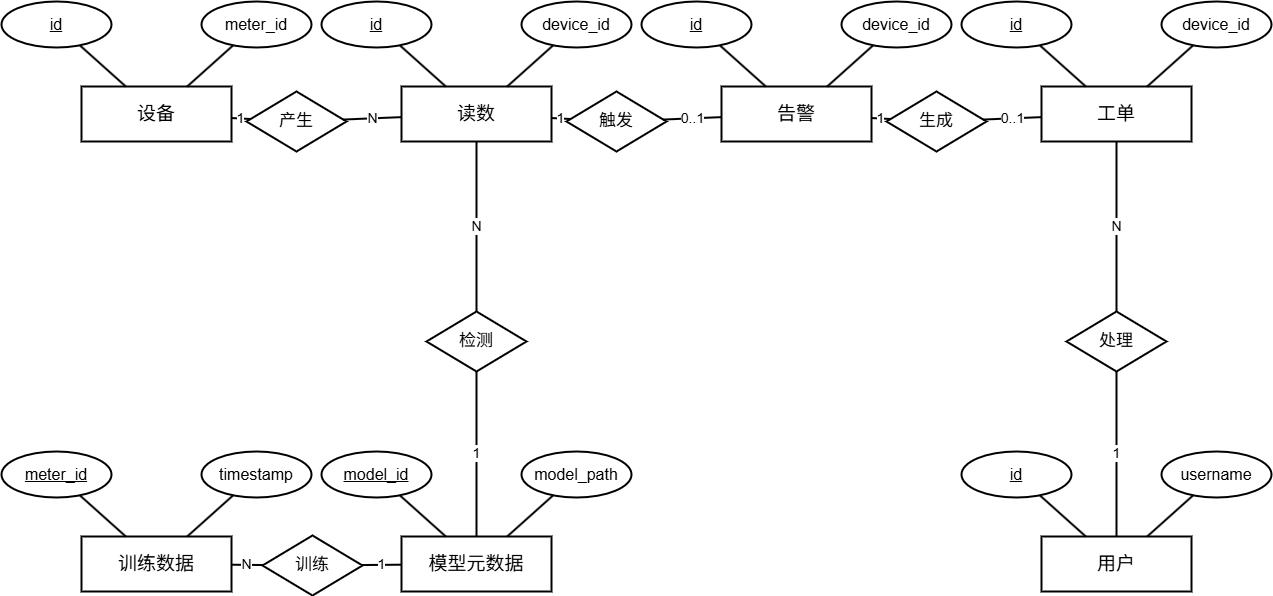
Above: pictures_drawio/系统总体E-R图.drawio.png in solisW/my_thesis_system (draw.io), before the change. Source tidied: cells renumbered, new cells last; positions are measured from the earlier drawing's top-left corner, leaving out a move shared by most shapes.
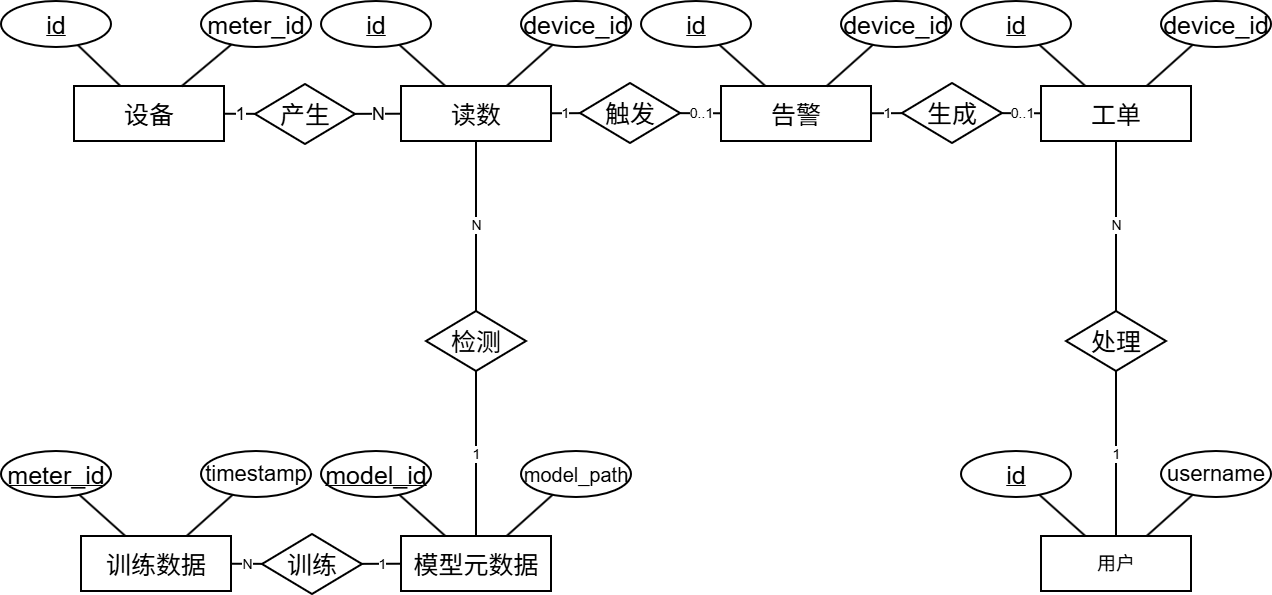
Later version of the same file.

The edit, as a diff of the source:
```diff
@@ -5,119 +5,119 @@
     <mxCell id="2" value="用户" style="rounded=0;whiteSpace=wrap;html=1;fillColor=#ffffff;strokeColor=#000000;strokeWidth=2;fontSize=19;" parent="1" vertex="1">
       <mxGeometry x="1040" y="535" width="150" height="55" as="geometry" />
     </mxCell>
-    <mxCell id="3" value="&lt;u&gt;id&lt;/u&gt;" style="ellipse;whiteSpace=wrap;html=1;fillColor=#ffffff;strokeColor=#000000;strokeWidth=2;fontSize=16;" parent="1" vertex="1">
+    <mxCell id="3" value="&lt;u&gt;&lt;font style=&quot;font-size: 25px;&quot;&gt;id&lt;/font&gt;&lt;/u&gt;" style="ellipse;whiteSpace=wrap;html=1;fillColor=#ffffff;strokeColor=#000000;strokeWidth=2;fontSize=16;" parent="1" vertex="1">
       <mxGeometry x="960" y="450" width="110" height="46" as="geometry" />
     </mxCell>
     <mxCell id="4" style="endArrow=none;html=1;rounded=0;strokeWidth=2;fontSize=14;" parent="1" edge="1" source="2" target="3">
       <mxGeometry relative="1" as="geometry" />
     </mxCell>
-    <mxCell id="5" value="username" style="ellipse;whiteSpace=wrap;html=1;fillColor=#ffffff;strokeColor=#000000;strokeWidth=2;fontSize=16;" parent="1" vertex="1">
+    <mxCell id="5" value="&lt;font style=&quot;font-size: 22px;&quot;&gt;username&lt;/font&gt;" style="ellipse;whiteSpace=wrap;html=1;fillColor=#ffffff;strokeColor=#000000;strokeWidth=2;fontSize=16;" parent="1" vertex="1">
       <mxGeometry x="1160" y="450" width="110" height="46" as="geometry" />
     </mxCell>
     <mxCell id="6" style="endArrow=none;html=1;rounded=0;strokeWidth=2;fontSize=14;" parent="1" edge="1" source="2" target="5">
       <mxGeometry relative="1" as="geometry" />
     </mxCell>
-    <mxCell id="7" value="设备" style="rounded=0;whiteSpace=wrap;html=1;fillColor=#ffffff;strokeColor=#000000;strokeWidth=2;fontSize=19;" parent="1" vertex="1">
-      <mxGeometry x="80" y="85" width="150" height="55" as="geometry" />
+    <mxCell id="7" value="&lt;font style=&quot;font-size: 25px;&quot;&gt;设备&lt;/font&gt;" style="rounded=0;whiteSpace=wrap;html=1;fillColor=#ffffff;strokeColor=#000000;strokeWidth=2;fontSize=19;" parent="1" vertex="1">
+      <mxGeometry x="73" y="85" width="150" height="55" as="geometry" />
     </mxCell>
-    <mxCell id="8" value="&lt;u&gt;id&lt;/u&gt;" style="ellipse;whiteSpace=wrap;html=1;fillColor=#ffffff;strokeColor=#000000;strokeWidth=2;fontSize=16;" parent="1" vertex="1">
+    <mxCell id="8" value="&lt;u&gt;&lt;font style=&quot;font-size: 25px;&quot;&gt;id&lt;/font&gt;&lt;/u&gt;" style="ellipse;whiteSpace=wrap;html=1;fillColor=#ffffff;strokeColor=#000000;strokeWidth=2;fontSize=16;" parent="1" vertex="1">
       <mxGeometry width="110" height="46" as="geometry" />
     </mxCell>
     <mxCell id="9" style="endArrow=none;html=1;rounded=0;strokeWidth=2;fontSize=14;" parent="1" edge="1" source="7" target="8">
       <mxGeometry relative="1" as="geometry" />
     </mxCell>
-    <mxCell id="10" value="meter_id" style="ellipse;whiteSpace=wrap;html=1;fillColor=#ffffff;strokeColor=#000000;strokeWidth=2;fontSize=16;" parent="1" vertex="1">
+    <mxCell id="10" value="&lt;font style=&quot;font-size: 25px;&quot;&gt;meter_id&lt;/font&gt;" style="ellipse;whiteSpace=wrap;html=1;fillColor=#ffffff;strokeColor=#000000;strokeWidth=2;fontSize=16;" parent="1" vertex="1">
       <mxGeometry x="200" width="110" height="46" as="geometry" />
     </mxCell>
     <mxCell id="11" style="endArrow=none;html=1;rounded=0;strokeWidth=2;fontSize=14;" parent="1" edge="1" source="7" target="10">
       <mxGeometry relative="1" as="geometry" />
     </mxCell>
-    <mxCell id="12" value="读数" style="rounded=0;whiteSpace=wrap;html=1;fillColor=#ffffff;strokeColor=#000000;strokeWidth=2;fontSize=19;" parent="1" vertex="1">
+    <mxCell id="12" value="&lt;font style=&quot;font-size: 25px;&quot;&gt;读数&lt;/font&gt;" style="rounded=0;whiteSpace=wrap;html=1;fillColor=#ffffff;strokeColor=#000000;strokeWidth=2;fontSize=19;" parent="1" vertex="1">
       <mxGeometry x="400" y="85" width="150" height="55" as="geometry" />
     </mxCell>
-    <mxCell id="13" value="&lt;u&gt;id&lt;/u&gt;" style="ellipse;whiteSpace=wrap;html=1;fillColor=#ffffff;strokeColor=#000000;strokeWidth=2;fontSize=16;" parent="1" vertex="1">
+    <mxCell id="13" value="&lt;u&gt;&lt;font style=&quot;font-size: 25px;&quot;&gt;id&lt;/font&gt;&lt;/u&gt;" style="ellipse;whiteSpace=wrap;html=1;fillColor=#ffffff;strokeColor=#000000;strokeWidth=2;fontSize=16;" parent="1" vertex="1">
       <mxGeometry x="320" width="110" height="46" as="geometry" />
     </mxCell>
     <mxCell id="14" style="endArrow=none;html=1;rounded=0;strokeWidth=2;fontSize=14;" parent="1" edge="1" source="12" target="13">
       <mxGeometry relative="1" as="geometry" />
     </mxCell>
-    <mxCell id="15" value="device_id" style="ellipse;whiteSpace=wrap;html=1;fillColor=#ffffff;strokeColor=#000000;strokeWidth=2;fontSize=16;" parent="1" vertex="1">
+    <mxCell id="15" value="&lt;font style=&quot;font-size: 25px;&quot;&gt;device_id&lt;/font&gt;" style="ellipse;whiteSpace=wrap;html=1;fillColor=#ffffff;strokeColor=#000000;strokeWidth=2;fontSize=16;" parent="1" vertex="1">
       <mxGeometry x="520" width="110" height="46" as="geometry" />
     </mxCell>
     <mxCell id="16" style="endArrow=none;html=1;rounded=0;strokeWidth=2;fontSize=14;" parent="1" edge="1" source="12" target="15">
       <mxGeometry relative="1" as="geometry" />
     </mxCell>
-    <mxCell id="17" value="告警" style="rounded=0;whiteSpace=wrap;html=1;fillColor=#ffffff;strokeColor=#000000;strokeWidth=2;fontSize=19;" parent="1" vertex="1">
+    <mxCell id="17" value="&lt;font style=&quot;font-size: 25px;&quot;&gt;告警&lt;/font&gt;" style="rounded=0;whiteSpace=wrap;html=1;fillColor=#ffffff;strokeColor=#000000;strokeWidth=2;fontSize=19;" parent="1" vertex="1">
       <mxGeometry x="720" y="85" width="150" height="55" as="geometry" />
     </mxCell>
-    <mxCell id="18" value="&lt;u&gt;id&lt;/u&gt;" style="ellipse;whiteSpace=wrap;html=1;fillColor=#ffffff;strokeColor=#000000;strokeWidth=2;fontSize=16;" parent="1" vertex="1">
+    <mxCell id="18" value="&lt;u&gt;&lt;font style=&quot;font-size: 25px;&quot;&gt;id&lt;/font&gt;&lt;/u&gt;" style="ellipse;whiteSpace=wrap;html=1;fillColor=#ffffff;strokeColor=#000000;strokeWidth=2;fontSize=16;" parent="1" vertex="1">
       <mxGeometry x="640" width="110" height="46" as="geometry" />
     </mxCell>
     <mxCell id="19" style="endArrow=none;html=1;rounded=0;strokeWidth=2;fontSize=14;" parent="1" edge="1" source="17" target="18">
       <mxGeometry relative="1" as="geometry" />
     </mxCell>
-    <mxCell id="20" value="device_id" style="ellipse;whiteSpace=wrap;html=1;fillColor=#ffffff;strokeColor=#000000;strokeWidth=2;fontSize=16;" parent="1" vertex="1">
+    <mxCell id="20" value="&lt;font style=&quot;font-size: 25px;&quot;&gt;device_id&lt;/font&gt;" style="ellipse;whiteSpace=wrap;html=1;fillColor=#ffffff;strokeColor=#000000;strokeWidth=2;fontSize=16;" parent="1" vertex="1">
       <mxGeometry x="840" width="110" height="46" as="geometry" />
     </mxCell>
     <mxCell id="21" style="endArrow=none;html=1;rounded=0;strokeWidth=2;fontSize=14;" parent="1" edge="1" source="17" target="20">
       <mxGeometry relative="1" as="geometry" />
     </mxCell>
-    <mxCell id="22" value="工单" style="rounded=0;whiteSpace=wrap;html=1;fillColor=#ffffff;strokeColor=#000000;strokeWidth=2;fontSize=19;" parent="1" vertex="1">
+    <mxCell id="22" value="&lt;font style=&quot;font-size: 25px;&quot;&gt;工单&lt;/font&gt;" style="rounded=0;whiteSpace=wrap;html=1;fillColor=#ffffff;strokeColor=#000000;strokeWidth=2;fontSize=19;" parent="1" vertex="1">
       <mxGeometry x="1040" y="85" width="150" height="55" as="geometry" />
     </mxCell>
-    <mxCell id="23" value="&lt;u&gt;id&lt;/u&gt;" style="ellipse;whiteSpace=wrap;html=1;fillColor=#ffffff;strokeColor=#000000;strokeWidth=2;fontSize=16;" parent="1" vertex="1">
+    <mxCell id="23" value="&lt;u&gt;&lt;font style=&quot;font-size: 25px;&quot;&gt;id&lt;/font&gt;&lt;/u&gt;" style="ellipse;whiteSpace=wrap;html=1;fillColor=#ffffff;strokeColor=#000000;strokeWidth=2;fontSize=16;" parent="1" vertex="1">
       <mxGeometry x="960" width="110" height="46" as="geometry" />
     </mxCell>
     <mxCell id="24" style="endArrow=none;html=1;rounded=0;strokeWidth=2;fontSize=14;" parent="1" edge="1" source="22" target="23">
       <mxGeometry relative="1" as="geometry" />
     </mxCell>
-    <mxCell id="25" value="device_id" style="ellipse;whiteSpace=wrap;html=1;fillColor=#ffffff;strokeColor=#000000;strokeWidth=2;fontSize=16;" parent="1" vertex="1">
+    <mxCell id="25" value="&lt;font style=&quot;font-size: 25px;&quot;&gt;device_id&lt;/font&gt;" style="ellipse;whiteSpace=wrap;html=1;fillColor=#ffffff;strokeColor=#000000;strokeWidth=2;fontSize=16;" parent="1" vertex="1">
       <mxGeometry x="1160" width="110" height="46" as="geometry" />
     </mxCell>
     <mxCell id="26" style="endArrow=none;html=1;rounded=0;strokeWidth=2;fontSize=14;" parent="1" edge="1" source="22" target="25">
       <mxGeometry relative="1" as="geometry" />
     </mxCell>
-    <mxCell id="27" value="模型元数据" style="rounded=0;whiteSpace=wrap;html=1;fillColor=#ffffff;strokeColor=#000000;strokeWidth=2;fontSize=19;" parent="1" vertex="1">
+    <mxCell id="27" value="&lt;font style=&quot;font-size: 25px;&quot;&gt;模型元数据&lt;/font&gt;" style="rounded=0;whiteSpace=wrap;html=1;fillColor=#ffffff;strokeColor=#000000;strokeWidth=2;fontSize=19;" parent="1" vertex="1">
       <mxGeometry x="400" y="535" width="150" height="55" as="geometry" />
     </mxCell>
-    <mxCell id="28" value="&lt;u&gt;model_id&lt;/u&gt;" style="ellipse;whiteSpace=wrap;html=1;fillColor=#ffffff;strokeColor=#000000;strokeWidth=2;fontSize=16;" parent="1" vertex="1">
+    <mxCell id="28" value="&lt;u&gt;&lt;font style=&quot;font-size: 25px;&quot;&gt;model_id&lt;/font&gt;&lt;/u&gt;" style="ellipse;whiteSpace=wrap;html=1;fillColor=#ffffff;strokeColor=#000000;strokeWidth=2;fontSize=16;" parent="1" vertex="1">
       <mxGeometry x="320" y="450" width="110" height="46" as="geometry" />
     </mxCell>
     <mxCell id="29" style="endArrow=none;html=1;rounded=0;strokeWidth=2;fontSize=14;" parent="1" edge="1" source="27" target="28">
       <mxGeometry relative="1" as="geometry" />
     </mxCell>
-    <mxCell id="30" value="model_path" style="ellipse;whiteSpace=wrap;html=1;fillColor=#ffffff;strokeColor=#000000;strokeWidth=2;fontSize=16;" parent="1" vertex="1">
+    <mxCell id="30" value="&lt;font style=&quot;font-size: 20px;&quot;&gt;model_path&lt;/font&gt;" style="ellipse;whiteSpace=wrap;html=1;fillColor=#ffffff;strokeColor=#000000;strokeWidth=2;fontSize=16;" parent="1" vertex="1">
       <mxGeometry x="520" y="450" width="110" height="46" as="geometry" />
     </mxCell>
     <mxCell id="31" style="endArrow=none;html=1;rounded=0;strokeWidth=2;fontSize=14;" parent="1" edge="1" source="27" target="30">
       <mxGeometry relative="1" as="geometry" />
     </mxCell>
-    <mxCell id="32" value="训练数据" style="rounded=0;whiteSpace=wrap;html=1;fillColor=#ffffff;strokeColor=#000000;strokeWidth=2;fontSize=19;" parent="1" vertex="1">
+    <mxCell id="32" value="&lt;font style=&quot;font-size: 25px;&quot;&gt;训练数据&lt;/font&gt;" style="rounded=0;whiteSpace=wrap;html=1;fillColor=#ffffff;strokeColor=#000000;strokeWidth=2;fontSize=19;" parent="1" vertex="1">
       <mxGeometry x="80" y="535" width="150" height="55" as="geometry" />
     </mxCell>
-    <mxCell id="33" value="&lt;u&gt;meter_id&lt;/u&gt;" style="ellipse;whiteSpace=wrap;html=1;fillColor=#ffffff;strokeColor=#000000;strokeWidth=2;fontSize=16;" parent="1" vertex="1">
+    <mxCell id="33" value="&lt;u&gt;&lt;font style=&quot;font-size: 25px;&quot;&gt;meter_id&lt;/font&gt;&lt;/u&gt;" style="ellipse;whiteSpace=wrap;html=1;fillColor=#ffffff;strokeColor=#000000;strokeWidth=2;fontSize=16;" parent="1" vertex="1">
       <mxGeometry y="450" width="110" height="46" as="geometry" />
     </mxCell>
     <mxCell id="34" style="endArrow=none;html=1;rounded=0;strokeWidth=2;fontSize=14;" parent="1" edge="1" source="32" target="33">
       <mxGeometry relative="1" as="geometry" />
     </mxCell>
-    <mxCell id="35" value="timestamp" style="ellipse;whiteSpace=wrap;html=1;fillColor=#ffffff;strokeColor=#000000;strokeWidth=2;fontSize=16;" parent="1" vertex="1">
+    <mxCell id="35" value="&lt;font style=&quot;font-size: 22px;&quot;&gt;timestamp&lt;/font&gt;" style="ellipse;whiteSpace=wrap;html=1;fillColor=#ffffff;strokeColor=#000000;strokeWidth=2;fontSize=16;" parent="1" vertex="1">
       <mxGeometry x="200" y="450" width="110" height="46" as="geometry" />
     </mxCell>
     <mxCell id="36" style="endArrow=none;html=1;rounded=0;strokeWidth=2;fontSize=14;" parent="1" edge="1" source="32" target="35">
       <mxGeometry relative="1" as="geometry" />
     </mxCell>
-    <mxCell id="37" value="产生" style="rhombus;whiteSpace=wrap;html=1;fillColor=#ffffff;strokeColor=#000000;strokeWidth=2;fontSize=17;" parent="1" vertex="1">
-      <mxGeometry x="245" y="90" width="100" height="60" as="geometry" />
+    <mxCell id="37" value="&lt;font style=&quot;font-size: 25px;&quot;&gt;产生&lt;/font&gt;" style="rhombus;whiteSpace=wrap;html=1;fillColor=#ffffff;strokeColor=#000000;strokeWidth=2;fontSize=17;" parent="1" vertex="1">
+      <mxGeometry x="254" y="83" width="100" height="60" as="geometry" />
     </mxCell>
-    <mxCell id="38" value="1" style="endArrow=none;html=1;rounded=0;strokeWidth=2;fontSize=14;" parent="1" edge="1" source="7" target="37">
+    <mxCell id="38" value="&lt;font style=&quot;font-size: 18px;&quot;&gt;1&lt;/font&gt;" style="endArrow=none;html=1;rounded=0;strokeWidth=2;fontSize=14;" parent="1" edge="1" source="7" target="37">
       <mxGeometry relative="1" as="geometry" />
     </mxCell>
-    <mxCell id="39" value="N" style="endArrow=none;html=1;rounded=0;strokeWidth=2;fontSize=14;" parent="1" edge="1" source="37" target="12">
+    <mxCell id="39" value="&lt;font style=&quot;font-size: 18px;&quot;&gt;N&lt;/font&gt;" style="endArrow=none;html=1;rounded=0;strokeWidth=2;fontSize=14;" parent="1" edge="1" source="37" target="12">
       <mxGeometry relative="1" as="geometry" />
     </mxCell>
-    <mxCell id="40" value="触发" style="rhombus;whiteSpace=wrap;html=1;fillColor=#ffffff;strokeColor=#000000;strokeWidth=2;fontSize=17;" parent="1" vertex="1">
-      <mxGeometry x="565" y="90" width="100" height="60" as="geometry" />
+    <mxCell id="40" value="&lt;font style=&quot;font-size: 25px;&quot;&gt;触发&lt;/font&gt;" style="rhombus;whiteSpace=wrap;html=1;fillColor=#ffffff;strokeColor=#000000;strokeWidth=2;fontSize=17;" parent="1" vertex="1">
+      <mxGeometry x="579" y="82" width="100" height="60" as="geometry" />
     </mxCell>
     <mxCell id="41" value="1" style="endArrow=none;html=1;rounded=0;strokeWidth=2;fontSize=14;" parent="1" edge="1" source="12" target="40">
       <mxGeometry relative="1" as="geometry" />
@@ -125,8 +125,8 @@
     <mxCell id="42" value="0..1" style="endArrow=none;html=1;rounded=0;strokeWidth=2;fontSize=14;" parent="1" edge="1" source="40" target="17">
       <mxGeometry relative="1" as="geometry" />
     </mxCell>
-    <mxCell id="43" value="生成" style="rhombus;whiteSpace=wrap;html=1;fillColor=#ffffff;strokeColor=#000000;strokeWidth=2;fontSize=17;" parent="1" vertex="1">
-      <mxGeometry x="885" y="90" width="100" height="60" as="geometry" />
+    <mxCell id="43" value="&lt;font style=&quot;font-size: 25px;&quot;&gt;生成&lt;/font&gt;" style="rhombus;whiteSpace=wrap;html=1;fillColor=#ffffff;strokeColor=#000000;strokeWidth=2;fontSize=17;" parent="1" vertex="1">
+      <mxGeometry x="901" y="82" width="100" height="60" as="geometry" />
     </mxCell>
     <mxCell id="44" value="1" style="endArrow=none;html=1;rounded=0;strokeWidth=2;fontSize=14;" parent="1" edge="1" source="17" target="43">
       <mxGeometry relative="1" as="geometry" />
@@ -134,8 +134,8 @@
     <mxCell id="45" value="0..1" style="endArrow=none;html=1;rounded=0;strokeWidth=2;fontSize=14;" parent="1" edge="1" source="43" target="22">
       <mxGeometry relative="1" as="geometry" />
     </mxCell>
-    <mxCell id="46" value="训练" style="rhombus;whiteSpace=wrap;html=1;fillColor=#ffffff;strokeColor=#000000;strokeWidth=2;fontSize=17;" parent="1" vertex="1">
-      <mxGeometry x="261" y="534" width="100" height="60" as="geometry" />
+    <mxCell id="46" value="&lt;font style=&quot;font-size: 25px;&quot;&gt;训练&lt;/font&gt;" style="rhombus;whiteSpace=wrap;html=1;fillColor=#ffffff;strokeColor=#000000;strokeWidth=2;fontSize=17;" parent="1" vertex="1">
+      <mxGeometry x="261" y="533" width="100" height="60" as="geometry" />
     </mxCell>
     <mxCell id="47" value="N" style="endArrow=none;html=1;rounded=0;strokeWidth=2;fontSize=14;" parent="1" edge="1" source="32" target="46">
       <mxGeometry relative="1" as="geometry" />
@@ -143,7 +143,7 @@
     <mxCell id="48" value="1" style="endArrow=none;html=1;rounded=0;strokeWidth=2;fontSize=14;" parent="1" edge="1" source="46" target="27">
       <mxGeometry relative="1" as="geometry" />
     </mxCell>
-    <mxCell id="49" value="检测" style="rhombus;whiteSpace=wrap;html=1;fillColor=#ffffff;strokeColor=#000000;strokeWidth=2;fontSize=17;" parent="1" vertex="1">
+    <mxCell id="49" value="&lt;font style=&quot;font-size: 25px;&quot;&gt;检测&lt;/font&gt;" style="rhombus;whiteSpace=wrap;html=1;fillColor=#ffffff;strokeColor=#000000;strokeWidth=2;fontSize=17;" parent="1" vertex="1">
       <mxGeometry x="425" y="310" width="100" height="60" as="geometry" />
     </mxCell>
     <mxCell id="50" value="1" style="endArrow=none;html=1;rounded=0;strokeWidth=2;fontSize=14;" parent="1" edge="1" source="27" target="49">
@@ -152,7 +152,7 @@
     <mxCell id="51" value="N" style="endArrow=none;html=1;rounded=0;strokeWidth=2;fontSize=14;" parent="1" edge="1" source="49" target="12">
       <mxGeometry relative="1" as="geometry" />
     </mxCell>
-    <mxCell id="52" value="处理" style="rhombus;whiteSpace=wrap;html=1;fillColor=#ffffff;strokeColor=#000000;strokeWidth=2;fontSize=17;" parent="1" vertex="1">
+    <mxCell id="52" value="&lt;font style=&quot;font-size: 25px;&quot;&gt;处理&lt;/font&gt;" style="rhombus;whiteSpace=wrap;html=1;fillColor=#ffffff;strokeColor=#000000;strokeWidth=2;fontSize=17;" parent="1" vertex="1">
       <mxGeometry x="1065" y="310" width="100" height="60" as="geometry" />
     </mxCell>
     <mxCell id="53" value="1" style="endArrow=none;html=1;rounded=0;strokeWidth=2;fontSize=14;" parent="1" edge="1" source="2" target="52">
```
